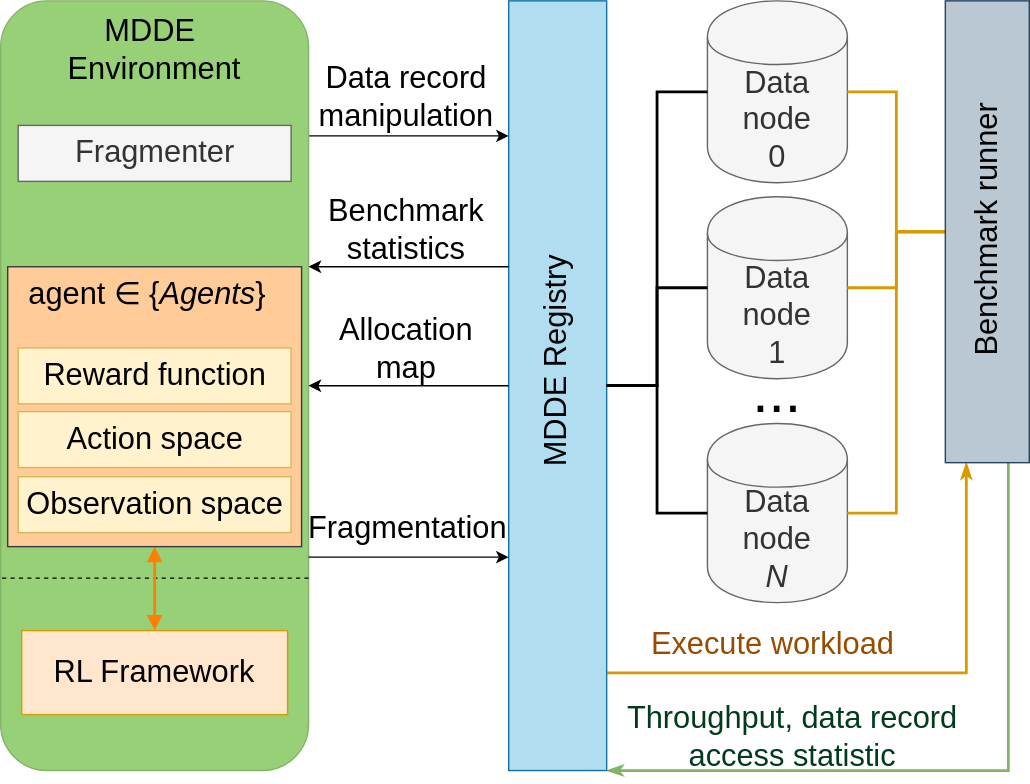
The draw.io diagram docs/assets/mdde_overview.svg in jcridev/mdde, before a commit. Source tidied: cells renumbered, new cells last; positions are measured from the earlier drawing's top-left corner, leaving out a move shared by most shapes.
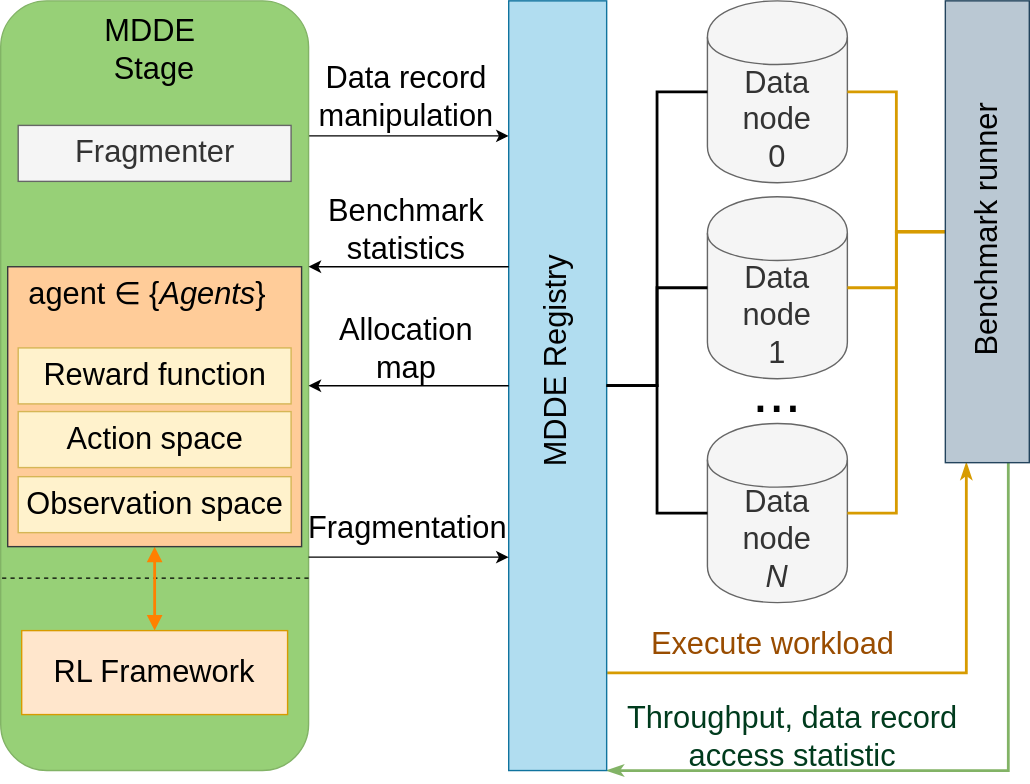
After the change.

Change to the diagram source:
```diff
@@ -11,7 +11,7 @@
     <mxCell id="3" style="rounded=1;whiteSpace=wrap;html=1;fontSize=22;fillColor=#97D077;strokeColor=#82b366;" parent="1" vertex="1">
       <mxGeometry width="220" height="550" as="geometry" />
     </mxCell>
-    <mxCell id="4" value="MDDE&amp;nbsp;&lt;br style=&quot;font-size: 22px;&quot;&gt;Environment" style="text;html=1;strokeColor=none;fillColor=none;align=center;verticalAlign=middle;whiteSpace=wrap;rounded=0;fontSize=22;" parent="1" vertex="1">
+    <mxCell id="4" value="MDDE&amp;nbsp;&lt;br style=&quot;font-size: 22px&quot;&gt;Stage" style="text;html=1;strokeColor=none;fillColor=none;align=center;verticalAlign=middle;whiteSpace=wrap;rounded=0;fontSize=22;" parent="1" vertex="1">
       <mxGeometry x="40" y="10" width="140" height="50" as="geometry" />
     </mxCell>
     <mxCell id="5" style="endArrow=none;dashed=1;html=1;fontSize=22;entryX=0;entryY=0.75;entryDx=0;entryDy=0;exitX=1;exitY=0.75;exitDx=0;exitDy=0;" parent="1" edge="1" source="3" target="3">
```
